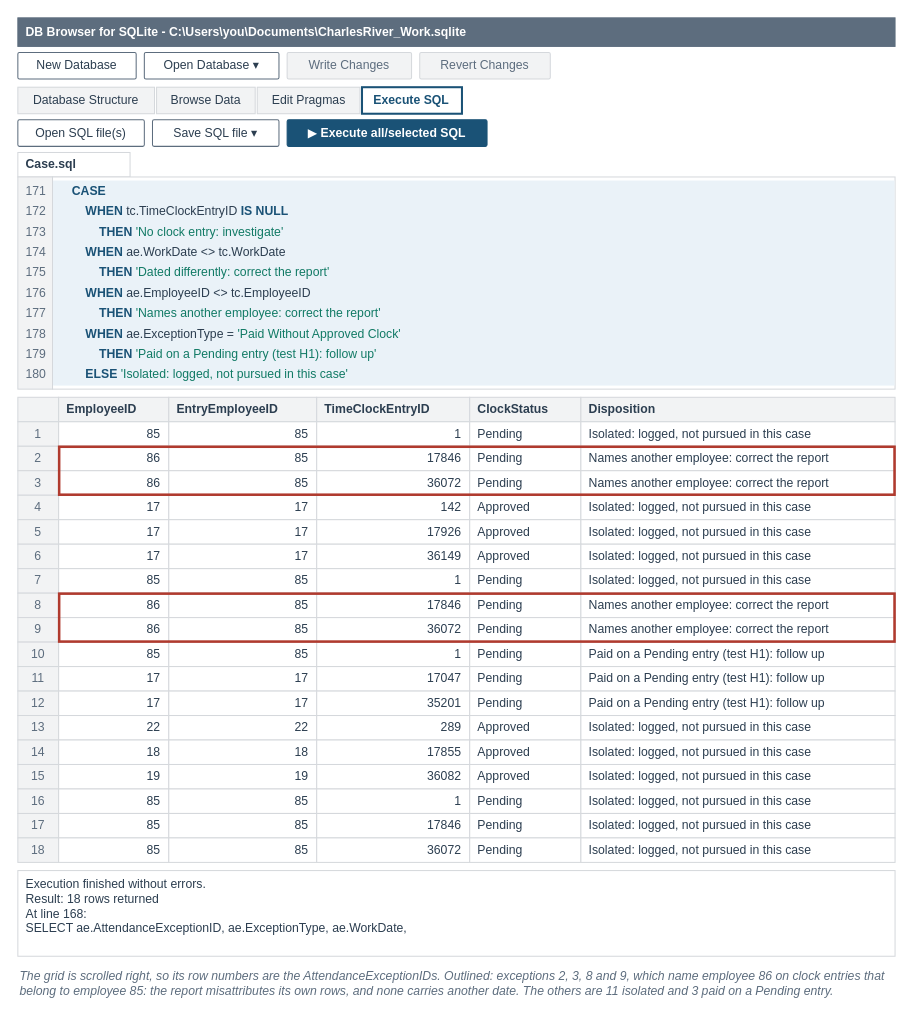
mmcodesso/Accounting_Analytics_Book keeps this draw.io diagram as facts/instructor/figures/case-part-3/IF-C3-1-B.drawio. Above is the earlier version. Source tidied: cells renumbered, new cells numbered last; positions are measured from the earlier drawing's top-left corner, leaving out a move shared by most shapes. Both pictures are drawn from the tidied source at 102%, with x=0, y=0 at pixel (17, 17).
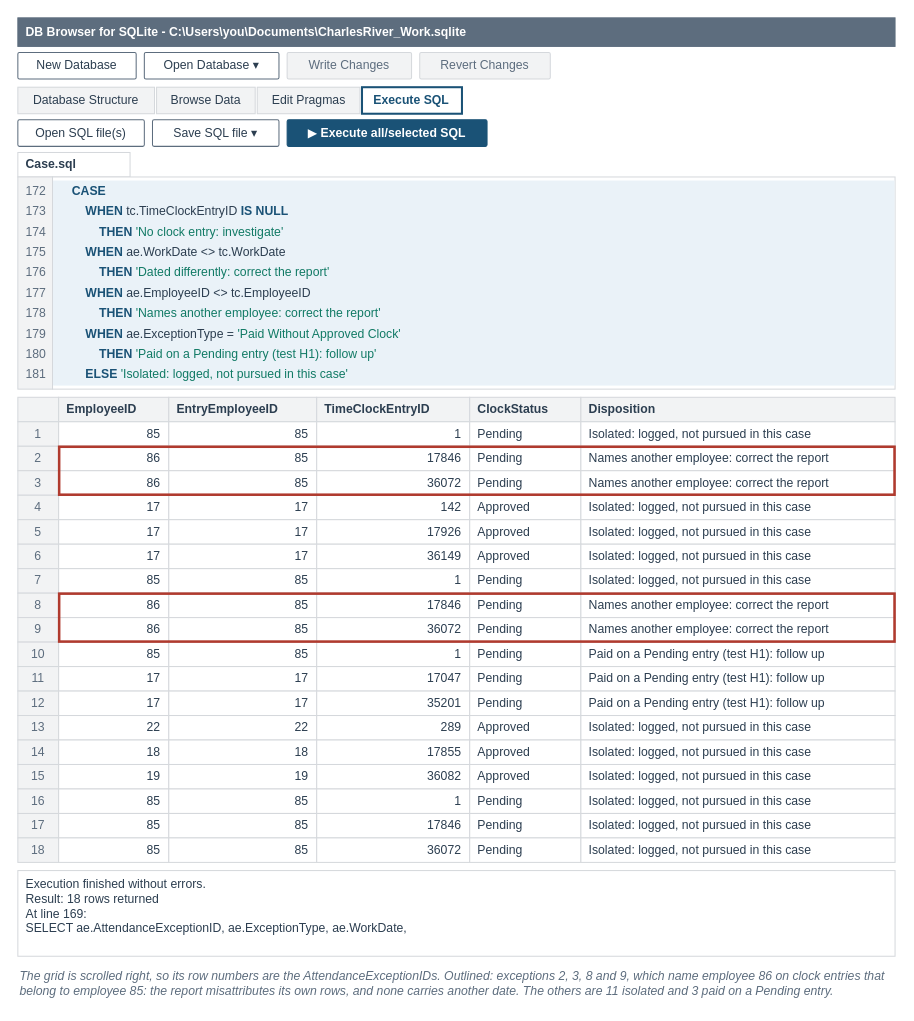
The same diagram, later.

Diff of the diagram source:
```diff
@@
-    <mxCell id="19" value="171" style="text;html=1;whiteSpace=wrap;align=right;verticalAlign=middle;fontSize=12;fontColor=#5D6D7E;fontStyle=0;fontFamily=Helvetica;spacing=2;fillColor=none;strokeColor=none;" parent="1" vertex="1">
+    <mxCell id="19" value="172" style="text;html=1;whiteSpace=wrap;align=right;verticalAlign=middle;fontSize=12;fontColor=#5D6D7E;fontStyle=0;fontFamily=Helvetica;spacing=2;fillColor=none;strokeColor=none;" parent="1" vertex="1">
       <mxGeometry y="160" width="30" height="20" as="geometry" />
     </mxCell>
@@
-    <mxCell id="21" value="172" style="text;html=1;whiteSpace=wrap;align=right;verticalAlign=middle;fontSize=12;fontColor=#5D6D7E;fontStyle=0;fontFamily=Helvetica;spacing=2;fillColor=none;strokeColor=none;" parent="1" vertex="1">
+    <mxCell id="21" value="173" style="text;html=1;whiteSpace=wrap;align=right;verticalAlign=middle;fontSize=12;fontColor=#5D6D7E;fontStyle=0;fontFamily=Helvetica;spacing=2;fillColor=none;strokeColor=none;" parent="1" vertex="1">
       <mxGeometry y="180" width="30" height="20" as="geometry" />
     </mxCell>
@@
-    <mxCell id="23" value="173" style="text;html=1;whiteSpace=wrap;align=right;verticalAlign=middle;fontSize=12;fontColor=#5D6D7E;fontStyle=0;fontFamily=Helvetica;spacing=2;fillColor=none;strokeColor=none;" parent="1" vertex="1">
+    <mxCell id="23" value="174" style="text;html=1;whiteSpace=wrap;align=right;verticalAlign=middle;fontSize=12;fontColor=#5D6D7E;fontStyle=0;fontFamily=Helvetica;spacing=2;fillColor=none;strokeColor=none;" parent="1" vertex="1">
       <mxGeometry y="200" width="30" height="20" as="geometry" />
     </mxCell>
@@
-    <mxCell id="25" value="174" style="text;html=1;whiteSpace=wrap;align=right;verticalAlign=middle;fontSize=12;fontColor=#5D6D7E;fontStyle=0;fontFamily=Helvetica;spacing=2;fillColor=none;strokeColor=none;" parent="1" vertex="1">
+    <mxCell id="25" value="175" style="text;html=1;whiteSpace=wrap;align=right;verticalAlign=middle;fontSize=12;fontColor=#5D6D7E;fontStyle=0;fontFamily=Helvetica;spacing=2;fillColor=none;strokeColor=none;" parent="1" vertex="1">
       <mxGeometry y="220" width="30" height="20" as="geometry" />
     </mxCell>
@@
-    <mxCell id="27" value="175" style="text;html=1;whiteSpace=wrap;align=right;verticalAlign=middle;fontSize=12;fontColor=#5D6D7E;fontStyle=0;fontFamily=Helvetica;spacing=2;fillColor=none;strokeColor=none;" parent="1" vertex="1">
+    <mxCell id="27" value="176" style="text;html=1;whiteSpace=wrap;align=right;verticalAlign=middle;fontSize=12;fontColor=#5D6D7E;fontStyle=0;fontFamily=Helvetica;spacing=2;fillColor=none;strokeColor=none;" parent="1" vertex="1">
       <mxGeometry y="240" width="30" height="20" as="geometry" />
     </mxCell>
@@
-    <mxCell id="29" value="176" style="text;html=1;whiteSpace=wrap;align=right;verticalAlign=middle;fontSize=12;fontColor=#5D6D7E;fontStyle=0;fontFamily=Helvetica;spacing=2;fillColor=none;strokeColor=none;" parent="1" vertex="1">
+    <mxCell id="29" value="177" style="text;html=1;whiteSpace=wrap;align=right;verticalAlign=middle;fontSize=12;fontColor=#5D6D7E;fontStyle=0;fontFamily=Helvetica;spacing=2;fillColor=none;strokeColor=none;" parent="1" vertex="1">
       <mxGeometry y="260" width="30" height="20" as="geometry" />
     </mxCell>
@@
-    <mxCell id="31" value="177" style="text;html=1;whiteSpace=wrap;align=right;verticalAlign=middle;fontSize=12;fontColor=#5D6D7E;fontStyle=0;fontFamily=Helvetica;spacing=2;fillColor=none;strokeColor=none;" parent="1" vertex="1">
+    <mxCell id="31" value="178" style="text;html=1;whiteSpace=wrap;align=right;verticalAlign=middle;fontSize=12;fontColor=#5D6D7E;fontStyle=0;fontFamily=Helvetica;spacing=2;fillColor=none;strokeColor=none;" parent="1" vertex="1">
       <mxGeometry y="280" width="30" height="20" as="geometry" />
     </mxCell>
@@
-    <mxCell id="33" value="178" style="text;html=1;whiteSpace=wrap;align=right;verticalAlign=middle;fontSize=12;fontColor=#5D6D7E;fontStyle=0;fontFamily=Helvetica;spacing=2;fillColor=none;strokeColor=none;" parent="1" vertex="1">
+    <mxCell id="33" value="179" style="text;html=1;whiteSpace=wrap;align=right;verticalAlign=middle;fontSize=12;fontColor=#5D6D7E;fontStyle=0;fontFamily=Helvetica;spacing=2;fillColor=none;strokeColor=none;" parent="1" vertex="1">
       <mxGeometry y="300" width="30" height="20" as="geometry" />
     </mxCell>
@@
-    <mxCell id="35" value="179" style="text;html=1;whiteSpace=wrap;align=right;verticalAlign=middle;fontSize=12;fontColor=#5D6D7E;fontStyle=0;fontFamily=Helvetica;spacing=2;fillColor=none;strokeColor=none;" parent="1" vertex="1">
+    <mxCell id="35" value="180" style="text;html=1;whiteSpace=wrap;align=right;verticalAlign=middle;fontSize=12;fontColor=#5D6D7E;fontStyle=0;fontFamily=Helvetica;spacing=2;fillColor=none;strokeColor=none;" parent="1" vertex="1">
       <mxGeometry y="320" width="30" height="20" as="geometry" />
     </mxCell>
@@
-    <mxCell id="37" value="180" style="text;html=1;whiteSpace=wrap;align=right;verticalAlign=middle;fontSize=12;fontColor=#5D6D7E;fontStyle=0;fontFamily=Helvetica;spacing=2;fillColor=none;strokeColor=none;" parent="1" vertex="1">
+    <mxCell id="37" value="181" style="text;html=1;whiteSpace=wrap;align=right;verticalAlign=middle;fontSize=12;fontColor=#5D6D7E;fontStyle=0;fontFamily=Helvetica;spacing=2;fillColor=none;strokeColor=none;" parent="1" vertex="1">
       <mxGeometry y="340" width="30" height="20" as="geometry" />
     </mxCell>
@@
-    <mxCell id="153" value="Execution finished without errors.&lt;br&gt;Result: 18 rows returned&lt;br&gt;At line 168:&lt;br&gt;SELECT ae.AttendanceExceptionID, ae.ExceptionType, ae.WorkDate," style="rounded=0;arcSize=6;whiteSpace=wrap;html=1;fillColor=#FFFFFF;strokeColor=#D5D8DC;strokeWidth=1;fontColor=#2C3E50;fontSize=12;fontStyle=0;align=left;verticalAlign=top;fontFamily=Helvetica;spacingLeft=6;spacingRight=6;" parent="1" vertex="1">
+    <mxCell id="153" value="Execution finished without errors.&lt;br&gt;Result: 18 rows returned&lt;br&gt;At line 169:&lt;br&gt;SELECT ae.AttendanceExceptionID, ae.ExceptionType, ae.WorkDate," style="rounded=0;arcSize=6;whiteSpace=wrap;html=1;fillColor=#FFFFFF;strokeColor=#D5D8DC;strokeWidth=1;fontColor=#2C3E50;fontSize=12;fontStyle=0;align=left;verticalAlign=top;fontFamily=Helvetica;spacingLeft=6;spacingRight=6;" parent="1" vertex="1">
       <mxGeometry y="836" width="860" height="84" as="geometry" />
     </mxCell>
```
